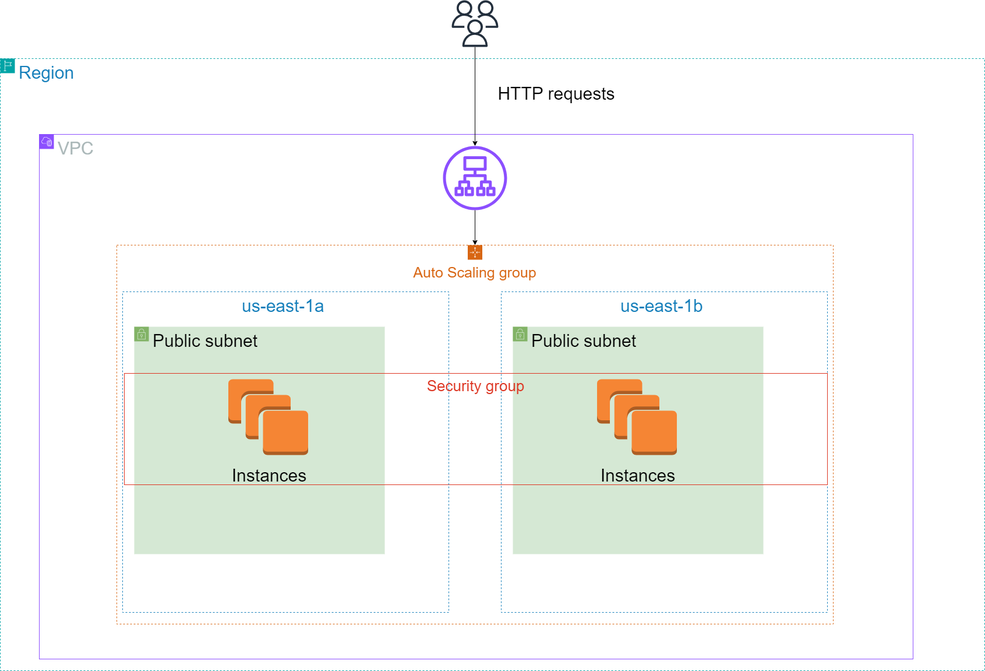
Above: Simple_Diagram.drawio.png in RecursiveDeveloper/static-media-content (draw.io), before the change. Source tidied: cells renumbered, new cells last; positions are measured from the earlier drawing's top-left corner, leaving out a move shared by most shapes.
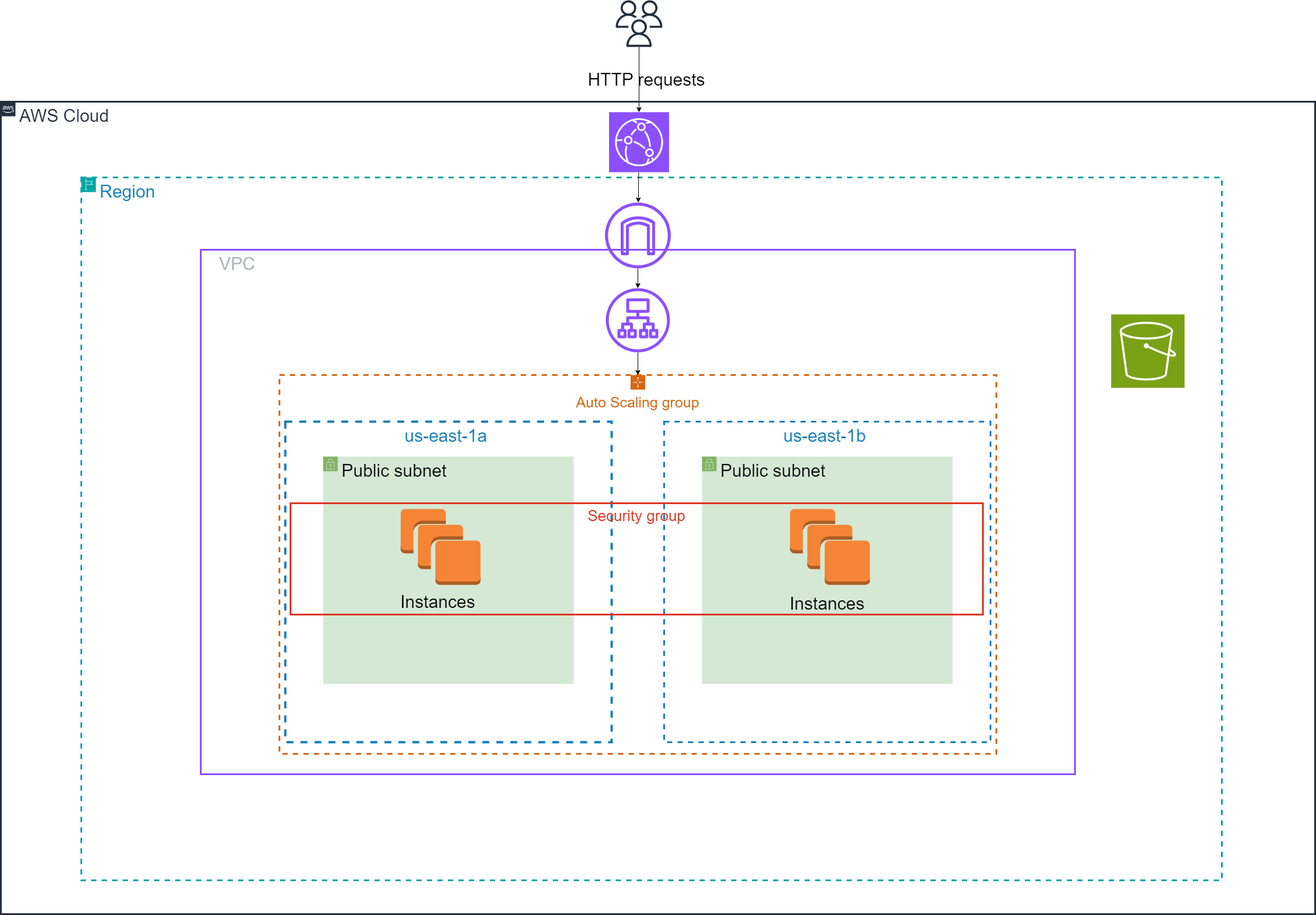
After the change.

Change to the diagram source:
```diff
@@ -2,56 +2,74 @@
   <root>
     <mxCell id="0" />
     <mxCell id="1" parent="0" />
-    <mxCell id="2" value="&lt;font style=&quot;font-size: 30px;&quot;&gt;Region&lt;/font&gt;" style="gradientColor=none;html=1;whiteSpace=wrap;fontSize=12;fontStyle=0;shape=mxgraph.aws4.group;grIcon=mxgraph.aws4.group_region;strokeColor=#00A4A6;fillColor=none;verticalAlign=top;align=left;spacingLeft=30;fontColor=#147EBA;dashed=1;" parent="1" vertex="1">
-      <mxGeometry y="100" width="1690" height="1050" as="geometry" />
+    <mxCell id="2" value="&lt;font style=&quot;font-size: 30px;&quot;&gt;Region&lt;/font&gt;" style="gradientColor=none;html=1;whiteSpace=wrap;fontSize=12;fontStyle=0;shape=mxgraph.aws4.group;grIcon=mxgraph.aws4.group_region;strokeColor=#00A4A6;fillColor=none;verticalAlign=top;align=left;spacingLeft=30;fontColor=#147EBA;dashed=1;strokeWidth=3;" parent="1" vertex="1">
+      <mxGeometry x="-147" y="2" width="1957" height="1206" as="geometry" />
     </mxCell>
-    <mxCell id="3" value="&lt;font style=&quot;font-size: 30px;&quot;&gt;VPC&lt;/font&gt;" style="gradientColor=none;html=1;whiteSpace=wrap;fontSize=12;fontStyle=0;shape=mxgraph.aws4.group;grIcon=mxgraph.aws4.group_vpc2;strokeColor=#8C4FFF;fillColor=none;verticalAlign=top;align=left;spacingLeft=30;fontColor=#AAB7B8;dashed=0;" parent="2" vertex="1">
-      <mxGeometry x="67" y="130" width="1500" height="900" as="geometry" />
+    <mxCell id="3" value="&lt;font style=&quot;font-size: 30px;&quot;&gt;VPC&lt;/font&gt;" style="gradientColor=none;html=1;whiteSpace=wrap;fontSize=12;fontStyle=0;shape=mxgraph.aws4.group;grIcon=mxgraph.aws4.group_vpc2;strokeColor=#8C4FFF;fillColor=none;verticalAlign=top;align=left;spacingLeft=30;fontColor=#AAB7B8;dashed=0;strokeWidth=3;" parent="2" vertex="1">
+      <mxGeometry x="205" y="124" width="1500" height="900" as="geometry" />
     </mxCell>
+    <mxCell id="9" value="&lt;font style=&quot;font-size: 30px;&quot;&gt;us-east-1a&amp;nbsp;&lt;/font&gt;" style="fillColor=none;strokeColor=#147EBA;dashed=1;verticalAlign=top;fontStyle=0;fontColor=#147EBA;whiteSpace=wrap;html=1;strokeWidth=4;" parent="3" vertex="1">
+      <mxGeometry x="145" y="295" width="560" height="550" as="geometry" />
+    </mxCell>
-    <mxCell id="4" value="&lt;font style=&quot;font-size: 30px;&quot;&gt;us-east-1b&amp;nbsp;&lt;/font&gt;" style="fillColor=none;strokeColor=#147EBA;dashed=1;verticalAlign=top;fontStyle=0;fontColor=#147EBA;whiteSpace=wrap;html=1;" parent="3" vertex="1">
-      <mxGeometry x="793" y="270" width="560" height="550" as="geometry" />
+    <mxCell id="4" value="&lt;font style=&quot;font-size: 30px;&quot;&gt;us-east-1b&amp;nbsp;&lt;/font&gt;" style="fillColor=none;strokeColor=#147EBA;dashed=1;verticalAlign=top;fontStyle=0;fontColor=#147EBA;whiteSpace=wrap;html=1;strokeWidth=3;" parent="3" vertex="1">
+      <mxGeometry x="795" y="295" width="560" height="550" as="geometry" />
     </mxCell>
     <mxCell id="5" value="&lt;font style=&quot;font-size: 30px;&quot;&gt;Public subnet&lt;/font&gt;" style="html=1;whiteSpace=wrap;fontSize=12;fontStyle=0;shape=mxgraph.aws4.group;grIcon=mxgraph.aws4.group_security_group;grStroke=0;strokeColor=#82b366;fillColor=#d5e8d4;verticalAlign=top;align=left;spacingLeft=30;dashed=0;" parent="3" vertex="1">
-      <mxGeometry x="813" y="330" width="430" height="390" as="geometry" />
+      <mxGeometry x="860" y="355" width="430" height="390" as="geometry" />
     </mxCell>
     <mxCell id="6" value="&lt;font style=&quot;font-size: 30px;&quot;&gt;Public subnet&lt;/font&gt;" style="html=1;whiteSpace=wrap;fontSize=12;fontStyle=0;shape=mxgraph.aws4.group;grIcon=mxgraph.aws4.group_security_group;grStroke=0;strokeColor=#82b366;fillColor=#d5e8d4;verticalAlign=top;align=left;spacingLeft=30;dashed=0;" parent="3" vertex="1">
-      <mxGeometry x="163" y="330" width="430" height="390" as="geometry" />
+      <mxGeometry x="210" y="355" width="430" height="390" as="geometry" />
     </mxCell>
-    <mxCell id="7" value="&lt;font style=&quot;font-size: 25px;&quot;&gt;Auto Scaling group&lt;/font&gt;" style="points=[[0,0],[0.25,0],[0.5,0],[0.75,0],[1,0],[1,0.25],[1,0.5],[1,0.75],[1,1],[0.75,1],[0.5,1],[0.25,1],[0,1],[0,0.75],[0,0.5],[0,0.25]];outlineConnect=0;gradientColor=none;html=1;whiteSpace=wrap;fontSize=12;fontStyle=0;shape=mxgraph.aws4.groupCenter;grIcon=mxgraph.aws4.group_auto_scaling_group;grStroke=1;strokeColor=#D86613;fillColor=none;verticalAlign=top;align=center;fontColor=#D86613;dashed=1;spacingTop=25;" parent="3" vertex="1">
-      <mxGeometry x="133" y="190" width="1230" height="650" as="geometry" />
+    <mxCell id="7" value="&lt;font style=&quot;font-size: 25px;&quot;&gt;Auto Scaling group&lt;/font&gt;" style="points=[[0,0],[0.25,0],[0.5,0],[0.75,0],[1,0],[1,0.25],[1,0.5],[1,0.75],[1,1],[0.75,1],[0.5,1],[0.25,1],[0,1],[0,0.75],[0,0.5],[0,0.25]];outlineConnect=0;gradientColor=none;html=1;whiteSpace=wrap;fontSize=12;fontStyle=0;shape=mxgraph.aws4.groupCenter;grIcon=mxgraph.aws4.group_auto_scaling_group;grStroke=1;strokeColor=#D86613;fillColor=none;verticalAlign=top;align=center;fontColor=#D86613;dashed=1;spacingTop=25;strokeWidth=3;" parent="3" vertex="1">
+      <mxGeometry x="135" y="215" width="1230" height="650" as="geometry" />
     </mxCell>
-    <mxCell id="8" value="&lt;font style=&quot;font-size: 26px;&quot;&gt;Security group&lt;/font&gt;" style="fillColor=none;strokeColor=#DD3522;verticalAlign=top;fontStyle=0;fontColor=#DD3522;whiteSpace=wrap;html=1;" parent="7" vertex="1">
-      <mxGeometry x="13" y="220" width="1207" height="191" as="geometry" />
+    <mxCell id="8" value="&lt;font style=&quot;font-size: 26px;&quot;&gt;Security group&lt;/font&gt;" style="fillColor=none;strokeColor=#DD3522;verticalAlign=top;fontStyle=0;fontColor=#DD3522;whiteSpace=wrap;html=1;strokeWidth=3;" parent="7" vertex="1">
+      <mxGeometry x="19" y="220" width="1188" height="191" as="geometry" />
     </mxCell>
-    <mxCell id="9" value="&lt;font style=&quot;font-size: 30px;&quot;&gt;us-east-1a&amp;nbsp;&lt;/font&gt;" style="fillColor=none;strokeColor=#147EBA;dashed=1;verticalAlign=top;fontStyle=0;fontColor=#147EBA;whiteSpace=wrap;html=1;" parent="3" vertex="1">
-      <mxGeometry x="143" y="270" width="560" height="550" as="geometry" />
-    </mxCell>
+    <mxCell id="12" style="dashed=0;verticalLabelPosition=bottom;verticalAlign=top;align=center;html=1;shape=mxgraph.aws3.instances;fillColor=#F58534;gradientColor=none;" parent="7" vertex="1">
+      <mxGeometry x="208" y="230" width="137" height="130" as="geometry" />
+    </mxCell>
+    <mxCell id="14" style="dashed=0;verticalLabelPosition=bottom;verticalAlign=top;align=center;html=1;shape=mxgraph.aws3.instances;fillColor=#F58534;gradientColor=none;" parent="7" vertex="1">
+      <mxGeometry x="876" y="230" width="137" height="130" as="geometry" />
+    </mxCell>
+    <mxCell id="11" style="edgeStyle=orthogonalEdgeStyle;rounded=0;jettySize=auto;html=1;" parent="3" edge="1" source="10" target="7">
+      <mxGeometry relative="1" as="geometry" />
+    </mxCell>
     <mxCell id="10" style="sketch=0;outlineConnect=0;fontColor=#232F3E;gradientColor=none;fillColor=#8C4FFF;strokeColor=none;dashed=0;verticalLabelPosition=bottom;verticalAlign=top;align=center;html=1;fontSize=12;fontStyle=0;shape=mxgraph.aws4.application_load_balancer;" parent="3" vertex="1">
-      <mxGeometry x="693" y="20" width="110" height="110" as="geometry" />
+      <mxGeometry x="695" y="66" width="110" height="110" as="geometry" />
     </mxCell>
-    <mxCell id="11" style="endArrow=classic;html=1;rounded=0;entryX=0.5;entryY=0;entryDx=0;entryDy=0;" parent="3" edge="1" source="10" target="7">
-      <mxGeometry relative="1" as="geometry" />
-    </mxCell>
-    <mxCell id="12" style="dashed=0;verticalLabelPosition=bottom;verticalAlign=top;align=center;html=1;shape=mxgraph.aws3.instances;fillColor=#F58534;gradientColor=none;" parent="3" vertex="1">
-      <mxGeometry x="324.5" y="420" width="137" height="130" as="geometry" />
-    </mxCell>
+    <mxCell id="19" style="sketch=0;fontColor=#232F3E;fillColor=#7AA116;strokeColor=#ffffff;dashed=0;verticalLabelPosition=bottom;verticalAlign=top;align=center;html=1;fontSize=12;fontStyle=0;shape=mxgraph.aws4.resourceIcon;resIcon=mxgraph.aws4.s3;" parent="2" vertex="1">
+      <mxGeometry x="1767" y="235" width="126" height="126" as="geometry" />
+    </mxCell>
+    <mxCell id="20" style="edgeStyle=orthogonalEdgeStyle;rounded=0;jettySize=auto;html=1;" parent="2" edge="1" source="21" target="10">
+      <mxGeometry relative="1" as="geometry" />
+    </mxCell>
+    <mxCell id="21" style="sketch=0;outlineConnect=0;fontColor=#232F3E;gradientColor=none;fillColor=#8C4FFF;strokeColor=none;dashed=0;verticalLabelPosition=bottom;verticalAlign=top;align=center;html=1;fontSize=12;fontStyle=0;shape=mxgraph.aws4.internet_gateway;" parent="2" vertex="1">
+      <mxGeometry x="898.5" y="43" width="113" height="113" as="geometry" />
+    </mxCell>
+    <mxCell id="22" style="rounded=0;jettySize=auto;html=1;" parent="1" edge="1" source="17" target="25">
+      <mxGeometry relative="1" as="geometry" />
+    </mxCell>
+    <mxCell id="17" style="sketch=0;outlineConnect=0;fontColor=#232F3E;gradientColor=none;fillColor=#232F3D;strokeColor=none;dashed=0;verticalLabelPosition=bottom;verticalAlign=top;align=center;html=1;fontSize=12;fontStyle=0;shape=mxgraph.aws4.users;" parent="1" vertex="1">
+      <mxGeometry x="770" y="-302" width="80" height="80" as="geometry" />
+    </mxCell>
+    <mxCell id="23" style="rounded=0;jettySize=auto;html=1;" parent="1" edge="1" source="25" target="21">
+      <mxGeometry relative="1" as="geometry" />
+    </mxCell>
+    <mxCell id="16" value="&lt;font style=&quot;font-size: 30px;&quot;&gt;HTTP requests&lt;/font&gt;" style="text;html=1;strokeColor=none;fillColor=none;align=center;verticalAlign=middle;whiteSpace=wrap;rounded=0;" parent="1" vertex="1">
+      <mxGeometry x="708" y="-206" width="230" height="80" as="geometry" />
+    </mxCell>
+    <mxCell id="24" value="&lt;font style=&quot;font-size: 30px;&quot;&gt;AWS Cloud&lt;/font&gt;" style="gradientColor=none;html=1;whiteSpace=wrap;fontSize=12;fontStyle=0;shape=mxgraph.aws4.group;grIcon=mxgraph.aws4.group_aws_cloud_alt;strokeColor=#232F3E;fillColor=none;verticalAlign=top;align=left;spacingLeft=30;fontColor=#232F3E;dashed=0;strokeWidth=3;" parent="1" vertex="1">
+      <mxGeometry x="-285" y="-128" width="2255" height="1394" as="geometry" />
+    </mxCell>
+    <mxCell id="25" style="sketch=0;points=[[0,0,0],[0.25,0,0],[0.5,0,0],[0.75,0,0],[1,0,0],[0,1,0],[0.25,1,0],[0.5,1,0],[0.75,1,0],[1,1,0],[0,0.25,0],[0,0.5,0],[0,0.75,0],[1,0.25,0],[1,0.5,0],[1,0.75,0]];outlineConnect=0;fontColor=#232F3E;fillColor=#8C4FFF;strokeColor=#ffffff;dashed=0;verticalLabelPosition=bottom;verticalAlign=top;align=center;html=1;fontSize=12;fontStyle=0;shape=mxgraph.aws4.resourceIcon;resIcon=mxgraph.aws4.cloudfront;" parent="24" vertex="1">
+      <mxGeometry x="1043.5" y="18" width="103" height="103" as="geometry" />
+    </mxCell>
+    <mxCell id="15" value="&lt;font style=&quot;font-size: 30px;&quot;&gt;Instances&lt;/font&gt;" style="text;html=1;strokeColor=none;fillColor=none;align=center;verticalAlign=middle;whiteSpace=wrap;rounded=0;" parent="24" vertex="1">
+      <mxGeometry x="1343" y="846" width="150" height="30" as="geometry" />
+    </mxCell>
-    <mxCell id="13" value="&lt;font style=&quot;font-size: 30px;&quot;&gt;Instances&lt;/font&gt;" style="text;html=1;strokeColor=none;fillColor=none;align=center;verticalAlign=middle;whiteSpace=wrap;rounded=0;" parent="3" vertex="1">
-      <mxGeometry x="320" y="570" width="150" height="30" as="geometry" />
+    <mxCell id="13" value="&lt;font style=&quot;font-size: 30px;&quot;&gt;Instances&lt;/font&gt;" style="text;html=1;strokeColor=none;fillColor=none;align=center;verticalAlign=middle;whiteSpace=wrap;rounded=0;" parent="24" vertex="1">
+      <mxGeometry x="675" y="843" width="150" height="30" as="geometry" />
     </mxCell>
-    <mxCell id="14" style="dashed=0;verticalLabelPosition=bottom;verticalAlign=top;align=center;html=1;shape=mxgraph.aws3.instances;fillColor=#F58534;gradientColor=none;" parent="3" vertex="1">
-      <mxGeometry x="957.5" y="420" width="137" height="130" as="geometry" />
-    </mxCell>
-    <mxCell id="15" value="&lt;font style=&quot;font-size: 30px;&quot;&gt;Instances&lt;/font&gt;" style="text;html=1;strokeColor=none;fillColor=none;align=center;verticalAlign=middle;whiteSpace=wrap;rounded=0;" parent="3" vertex="1">
-      <mxGeometry x="953" y="570" width="150" height="30" as="geometry" />
-    </mxCell>
-    <mxCell id="16" value="&lt;font style=&quot;font-size: 30px;&quot;&gt;HTTP requests&lt;/font&gt;" style="text;html=1;strokeColor=none;fillColor=none;align=center;verticalAlign=middle;whiteSpace=wrap;rounded=0;" parent="2" vertex="1">
-      <mxGeometry x="840" y="20" width="230" height="80" as="geometry" />
-    </mxCell>
-    <mxCell id="17" style="sketch=0;outlineConnect=0;fontColor=#232F3E;gradientColor=none;fillColor=#232F3D;strokeColor=none;dashed=0;verticalLabelPosition=bottom;verticalAlign=top;align=center;html=1;fontSize=12;fontStyle=0;shape=mxgraph.aws4.users;" parent="1" vertex="1">
-      <mxGeometry x="775" width="80" height="80" as="geometry" />
-    </mxCell>
-    <mxCell id="18" style="endArrow=classic;html=1;rounded=0;" parent="1" edge="1" source="17" target="10">
-      <mxGeometry relative="1" as="geometry" />
-    </mxCell>
   </root>
 </mxGraphModel>
```
